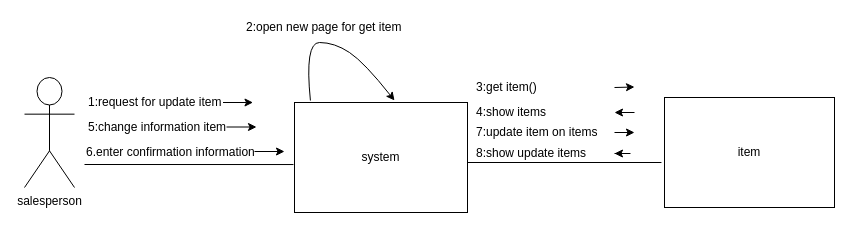
Above: communication_diagram/update.drawio in aenad/iut_foods (draw.io), before the change. Source tidied: cells renumbered, new cells numbered last; positions are measured from the earlier drawing's top-left corner, leaving out a move shared by most shapes. Both pictures are drawn from the tidied source at 100%, with x=0, y=0 at pixel (24, 17).
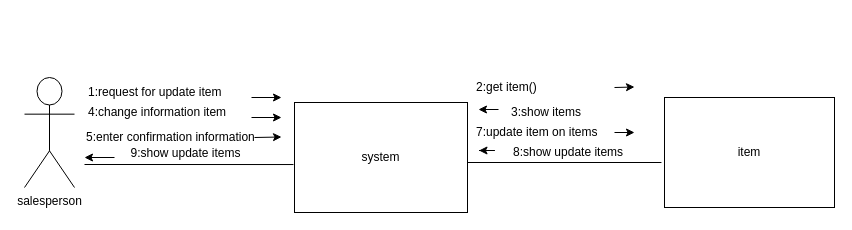
Above is the later version.

Unchanged cells that the change refers to:
```xml
<mxCell id="2" value="system" style="rounded=0;whiteSpace=wrap;html=1;" parent="1" vertex="1">
  <mxGeometry x="270" y="85" width="173" height="110" as="geometry" />
</mxCell>
<mxCell id="11" style="endArrow=none;html=1;entryX=-0.006;entryY=0.564;entryDx=0;entryDy=0;entryPerimeter=0;" parent="1" edge="1" target="2">
  <mxGeometry relative="1" as="geometry">
    <mxPoint x="60" y="147" as="sourcePoint" />
  </mxGeometry>
</mxCell>
```

The edit, as a diff of the source:
```diff
@@
     <mxCell id="5" value="1:request for update item " style="text;html=1;align=left;verticalAlign=top;spacingTop=-4;" parent="1" vertex="1">
-      <mxGeometry x="62" y="75" width="150" height="20" as="geometry" />
+      <mxGeometry x="62" y="65" width="150" height="20" as="geometry" />
     </mxCell>
-    <mxCell id="6" value="3:get item()" style="text;html=1;align=left;verticalAlign=top;spacingTop=-4;" parent="1" vertex="1">
+    <mxCell id="6" value="2:get item()" style="text;html=1;align=left;verticalAlign=top;spacingTop=-4;" parent="1" vertex="1">
       <mxGeometry x="450" y="60" width="70" height="20" as="geometry" />
     </mxCell>
-    <mxCell id="7" style="curved=1;endArrow=classic;html=1;exitX=0.092;exitY=-0.018;exitDx=0;exitDy=0;exitPerimeter=0;" parent="1" edge="1" source="2">
-      <mxGeometry relative="1" as="geometry">
-        <mxPoint x="370" y="83" as="targetPoint" />
-        <Array as="points">
-          <mxPoint x="280" y="25" />
-          <mxPoint x="310" y="25" />
-          <mxPoint x="340" y="45" />
-        </Array>
-      </mxGeometry>
-    </mxCell>
-    <mxCell id="8" value="2:open new page for get item" style="text;html=1;align=left;verticalAlign=top;spacingTop=-4;" parent="1" vertex="1">
-      <mxGeometry x="220" width="170" height="20" as="geometry" />
-    </mxCell>
-    <mxCell id="9" value="4:show items" style="text;html=1;align=left;verticalAlign=top;spacingTop=-4;" parent="1" vertex="1">
-      <mxGeometry x="450" y="85" width="90" height="20" as="geometry" />
+    <mxCell id="9" value="3:show items" style="text;html=1;align=left;verticalAlign=top;spacingTop=-4;" parent="1" vertex="1">
+      <mxGeometry x="485" y="85" width="90" height="20" as="geometry" />
     </mxCell>
-    <mxCell id="10" value="5:change information item" style="text;html=1;align=left;verticalAlign=top;spacingTop=-4;" parent="1" vertex="1">
-      <mxGeometry x="62" y="100" width="150" height="20" as="geometry" />
+    <mxCell id="10" value="4:change information item" style="text;html=1;align=left;verticalAlign=top;spacingTop=-4;" parent="1" vertex="1">
+      <mxGeometry x="62" y="85" width="150" height="20" as="geometry" />
     </mxCell>
@@
+    <mxCell id="23" value="9:show update items" style="text;html=1;align=center;verticalAlign=middle;labelBackgroundColor=#ffffff;" parent="11" vertex="1">
+      <mxGeometry x="-0.41" y="4" relative="1" as="geometry">
+        <mxPoint x="38" y="-8" as="offset" />
+      </mxGeometry>
+    </mxCell>
-    <mxCell id="12" value="6.enter confirmation information" style="text;html=1;align=left;verticalAlign=top;spacingTop=-4;" parent="1" vertex="1">
-      <mxGeometry x="60" y="125" width="180" height="20" as="geometry" />
+    <mxCell id="12" value="5:enter confirmation information" style="text;html=1;align=left;verticalAlign=top;spacingTop=-4;" parent="1" vertex="1">
+      <mxGeometry x="60" y="110" width="180" height="20" as="geometry" />
     </mxCell>
     <mxCell id="13" style="endArrow=classic;html=1;" parent="1" edge="1">
       <mxGeometry relative="1" as="geometry">
-        <mxPoint x="198.5" y="85" as="sourcePoint" />
-        <mxPoint x="228.5" y="85" as="targetPoint" />
+        <mxPoint x="227" y="80" as="sourcePoint" />
+        <mxPoint x="257" y="80" as="targetPoint" />
       </mxGeometry>
     </mxCell>
     <mxCell id="14" style="endArrow=classic;html=1;" parent="1" edge="1">
       <mxGeometry relative="1" as="geometry">
-        <mxPoint x="202" y="109.5" as="sourcePoint" />
-        <mxPoint x="232" y="109.5" as="targetPoint" />
+        <mxPoint x="227" y="100" as="sourcePoint" />
+        <mxPoint x="257" y="100" as="targetPoint" />
       </mxGeometry>
     </mxCell>
     <mxCell id="15" style="endArrow=classic;html=1;" parent="1" edge="1">
       <mxGeometry relative="1" as="geometry">
-        <mxPoint x="230" y="134" as="sourcePoint" />
-        <mxPoint x="260" y="134" as="targetPoint" />
+        <mxPoint x="230" y="120" as="sourcePoint" />
+        <mxPoint x="257" y="119.5" as="targetPoint" />
       </mxGeometry>
     </mxCell>
@@
     <mxCell id="17" style="endArrow=classic;html=1;" parent="1" edge="1">
       <mxGeometry relative="1" as="geometry">
-        <mxPoint x="590" y="136" as="sourcePoint" />
-        <mxPoint x="590" y="136" as="targetPoint" />
+        <mxPoint x="454.5" y="133" as="sourcePoint" />
+        <mxPoint x="454.5" y="133" as="targetPoint" />
         <Array as="points">
-          <mxPoint x="610" y="136" />
+          <mxPoint x="474.5" y="133" />
         </Array>
       </mxGeometry>
     </mxCell>
@@
     <mxCell id="20" value="8:show update items" style="text;html=1;align=left;verticalAlign=top;spacingTop=-4;" parent="1" vertex="1">
-      <mxGeometry x="450" y="126" width="120" height="20" as="geometry" />
+      <mxGeometry x="486.5" y="125" width="120" height="20" as="geometry" />
     </mxCell>
@@
     <mxCell id="22" style="endArrow=classic;html=1;" parent="1" edge="1">
       <mxGeometry relative="1" as="geometry">
-        <mxPoint x="610" y="95" as="sourcePoint" />
-        <mxPoint x="590" y="95" as="targetPoint" />
+        <mxPoint x="474" y="92" as="sourcePoint" />
+        <mxPoint x="454" y="92" as="targetPoint" />
       </mxGeometry>
     </mxCell>
+    <mxCell id="24" style="endArrow=classic;html=1;" parent="1" edge="1">
+      <mxGeometry relative="1" as="geometry">
+        <mxPoint x="90" y="140" as="sourcePoint" />
+        <mxPoint x="60" y="140" as="targetPoint" />
+      </mxGeometry>
+    </mxCell>
```
